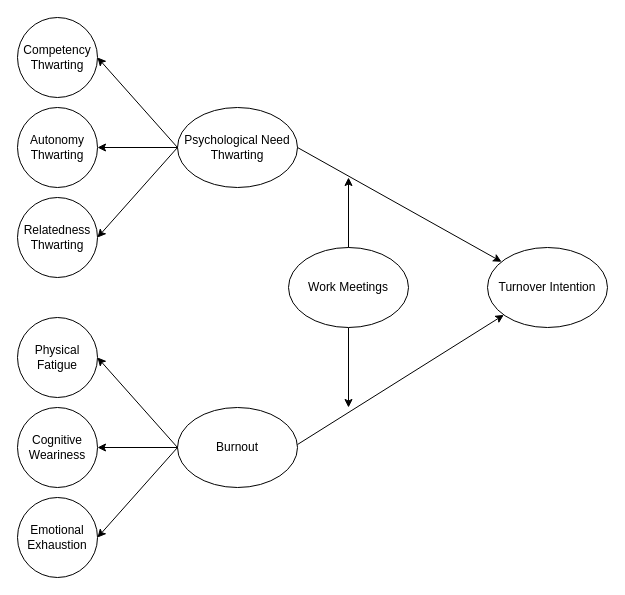
datasci-iopsy/dkg-phd-thesis keeps this draw.io diagram as src/run_gen_data/images/thesis-process-model.drawio. Above is the earlier version. Source tidied: cells renumbered, new cells numbered last; positions are measured from the earlier drawing's top-left corner, leaving out a move shared by most shapes. Both pictures are drawn from the tidied source at 100%, with x=0, y=0 at pixel (17, 17).
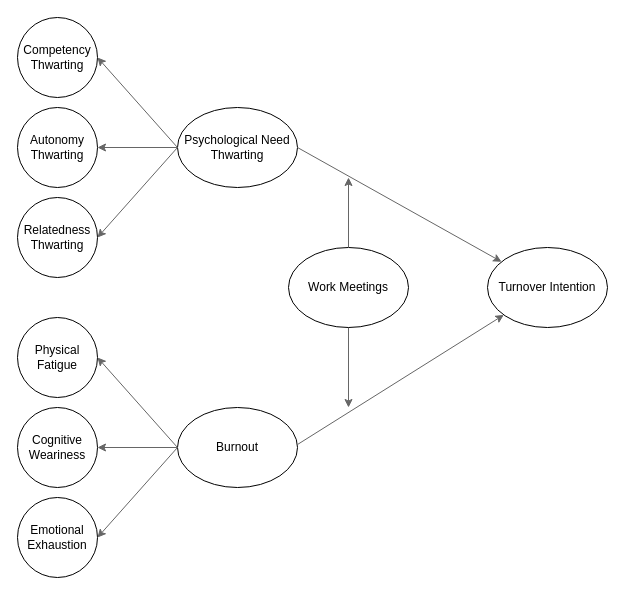
The same diagram, later.

Commit message (it also covers changes not shown here):
made lines white

The change refers to these unchanged cells:
```xml
<mxCell id="2" style="group;" parent="1" vertex="1">
  <mxGeometry width="590" height="560" as="geometry" />
</mxCell>
<mxCell id="4" value="Emotional Exhaustion" style="ellipse;whiteSpace=wrap;html=1;" parent="3" vertex="1">
  <mxGeometry y="180" width="80" height="80" as="geometry" />
</mxCell>
<mxCell id="5" style="group;" parent="3" vertex="1">
  <mxGeometry width="331" height="170" as="geometry" />
</mxCell>
<mxCell id="6" value="Physical Fatigue" style="ellipse;whiteSpace=wrap;html=1;" parent="5" vertex="1">
  <mxGeometry width="80" height="80" as="geometry" />
</mxCell>
<mxCell id="7" value="Cognitive Weariness" style="ellipse;whiteSpace=wrap;html=1;" parent="5" vertex="1">
  <mxGeometry y="90" width="80" height="80" as="geometry" />
</mxCell>
<mxCell id="8" style="group;" parent="5" vertex="1">
  <mxGeometry x="160" y="90" width="120" height="80" as="geometry" />
</mxCell>
<mxCell id="9" value="Burnout" style="ellipse;whiteSpace=wrap;html=1;" parent="8" vertex="1">
  <mxGeometry width="120" height="80" as="geometry" />
</mxCell>
<mxCell id="14" style="group;" parent="2" vertex="1">
  <mxGeometry width="280" height="260" as="geometry" />
</mxCell>
<mxCell id="15" value="Competency Thwarting" style="ellipse;whiteSpace=wrap;html=1;" parent="14" vertex="1">
  <mxGeometry width="80" height="80" as="geometry" />
</mxCell>
<mxCell id="16" value="Autonomy Thwarting" style="ellipse;whiteSpace=wrap;html=1;" parent="14" vertex="1">
  <mxGeometry y="90" width="80" height="80" as="geometry" />
</mxCell>
<mxCell id="17" value="Relatedness Thwarting" style="ellipse;whiteSpace=wrap;html=1;" parent="14" vertex="1">
  <mxGeometry y="180" width="80" height="80" as="geometry" />
</mxCell>
<mxCell id="22" value="Turnover Intention" style="ellipse;whiteSpace=wrap;html=1;" parent="2" vertex="1">
  <mxGeometry x="470" y="230" width="120" height="80" as="geometry" />
</mxCell>
<mxCell id="25" value="Work Meetings" style="ellipse;whiteSpace=wrap;html=1;" parent="2" vertex="1">
  <mxGeometry x="271" y="230" width="120" height="80" as="geometry" />
</mxCell>
```

Diff of the diagram source:
```diff
@@
-    <mxCell id="10" style="endArrow=classic;html=1;entryX=1;entryY=0.5;entryDx=0;entryDy=0;" parent="8" edge="1" target="6">
+    <mxCell id="10" style="endArrow=classic;html=1;entryX=1;entryY=0.5;entryDx=0;entryDy=0;fillColor=#f5f5f5;strokeColor=#666666;" parent="8" edge="1" target="6">
       <mxGeometry relative="1" as="geometry">
         <mxPoint y="40" as="sourcePoint" />
       </mxGeometry>
     </mxCell>
-    <mxCell id="11" style="endArrow=classic;html=1;entryX=1;entryY=0.5;entryDx=0;entryDy=0;exitX=0;exitY=0.5;exitDx=0;exitDy=0;" parent="5" edge="1" source="9" target="7">
+    <mxCell id="11" style="endArrow=classic;html=1;entryX=1;entryY=0.5;entryDx=0;entryDy=0;exitX=0;exitY=0.5;exitDx=0;exitDy=0;fillColor=#f5f5f5;strokeColor=#666666;" parent="5" edge="1" source="9" target="7">
       <mxGeometry relative="1" as="geometry" />
     </mxCell>
-    <mxCell id="12" style="endArrow=classic;html=1;entryX=1;entryY=0.5;entryDx=0;entryDy=0;exitX=0;exitY=0.5;exitDx=0;exitDy=0;" parent="5" edge="1" source="9" target="4">
+    <mxCell id="12" style="endArrow=classic;html=1;entryX=1;entryY=0.5;entryDx=0;entryDy=0;exitX=0;exitY=0.5;exitDx=0;exitDy=0;fillColor=#f5f5f5;strokeColor=#666666;" parent="5" edge="1" source="9" target="4">
       <mxGeometry relative="1" as="geometry" />
     </mxCell>
-    <mxCell id="13" style="endArrow=classic;html=1;exitX=0.5;exitY=1;exitDx=0;exitDy=0;" parent="5" edge="1" source="25">
+    <mxCell id="13" style="endArrow=classic;html=1;exitX=0.5;exitY=1;exitDx=0;exitDy=0;fillColor=#f5f5f5;strokeColor=#666666;" parent="5" edge="1" source="25">
       <mxGeometry relative="1" as="geometry">
         <mxPoint x="331" y="90" as="targetPoint" />
       </mxGeometry>
     </mxCell>
@@
-    <mxCell id="19" style="endArrow=classic;html=1;entryX=1;entryY=0.5;entryDx=0;entryDy=0;" parent="14" edge="1" target="16">
+    <mxCell id="19" style="endArrow=classic;html=1;entryX=1;entryY=0.5;entryDx=0;entryDy=0;fillColor=#f5f5f5;strokeColor=#666666;" parent="14" edge="1" target="16">
       <mxGeometry relative="1" as="geometry">
         <mxPoint x="160" y="130" as="sourcePoint" />
       </mxGeometry>
     </mxCell>
-    <mxCell id="20" style="endArrow=classic;html=1;entryX=1;entryY=0.5;entryDx=0;entryDy=0;" parent="14" edge="1" target="17">
+    <mxCell id="20" style="endArrow=classic;html=1;entryX=1;entryY=0.5;entryDx=0;entryDy=0;fillColor=#f5f5f5;strokeColor=#666666;" parent="14" edge="1" target="17">
       <mxGeometry relative="1" as="geometry">
         <mxPoint x="160" y="130" as="sourcePoint" />
       </mxGeometry>
     </mxCell>
-    <mxCell id="21" style="endArrow=classic;html=1;entryX=1;entryY=0.5;entryDx=0;entryDy=0;" parent="14" edge="1" target="15">
+    <mxCell id="21" style="endArrow=classic;html=1;entryX=1;entryY=0.5;entryDx=0;entryDy=0;fillColor=#f5f5f5;strokeColor=#666666;" parent="14" edge="1" target="15">
       <mxGeometry relative="1" as="geometry">
         <mxPoint x="160" y="130" as="sourcePoint" />
       </mxGeometry>
     </mxCell>
@@
-    <mxCell id="23" style="endArrow=classic;html=1;" parent="2" edge="1" target="22">
+    <mxCell id="23" style="endArrow=classic;html=1;fillColor=#f5f5f5;strokeColor=#666666;" parent="2" edge="1" target="22">
       <mxGeometry relative="1" as="geometry">
         <mxPoint x="280" y="130" as="sourcePoint" />
       </mxGeometry>
     </mxCell>
-    <mxCell id="24" style="endArrow=classic;html=1;" parent="2" edge="1" target="22">
+    <mxCell id="24" style="endArrow=classic;html=1;fillColor=#f5f5f5;strokeColor=#666666;" parent="2" edge="1" target="22">
       <mxGeometry relative="1" as="geometry">
         <mxPoint x="280" y="427" as="sourcePoint" />
       </mxGeometry>
     </mxCell>
@@
-    <mxCell id="26" style="endArrow=classic;html=1;" parent="2" edge="1">
+    <mxCell id="26" style="endArrow=classic;html=1;fillColor=#f5f5f5;strokeColor=#666666;" parent="2" edge="1">
       <mxGeometry relative="1" as="geometry">
         <mxPoint x="331" y="230" as="sourcePoint" />
         <mxPoint x="331" y="160" as="targetPoint" />
       </mxGeometry>
     </mxCell>
```
